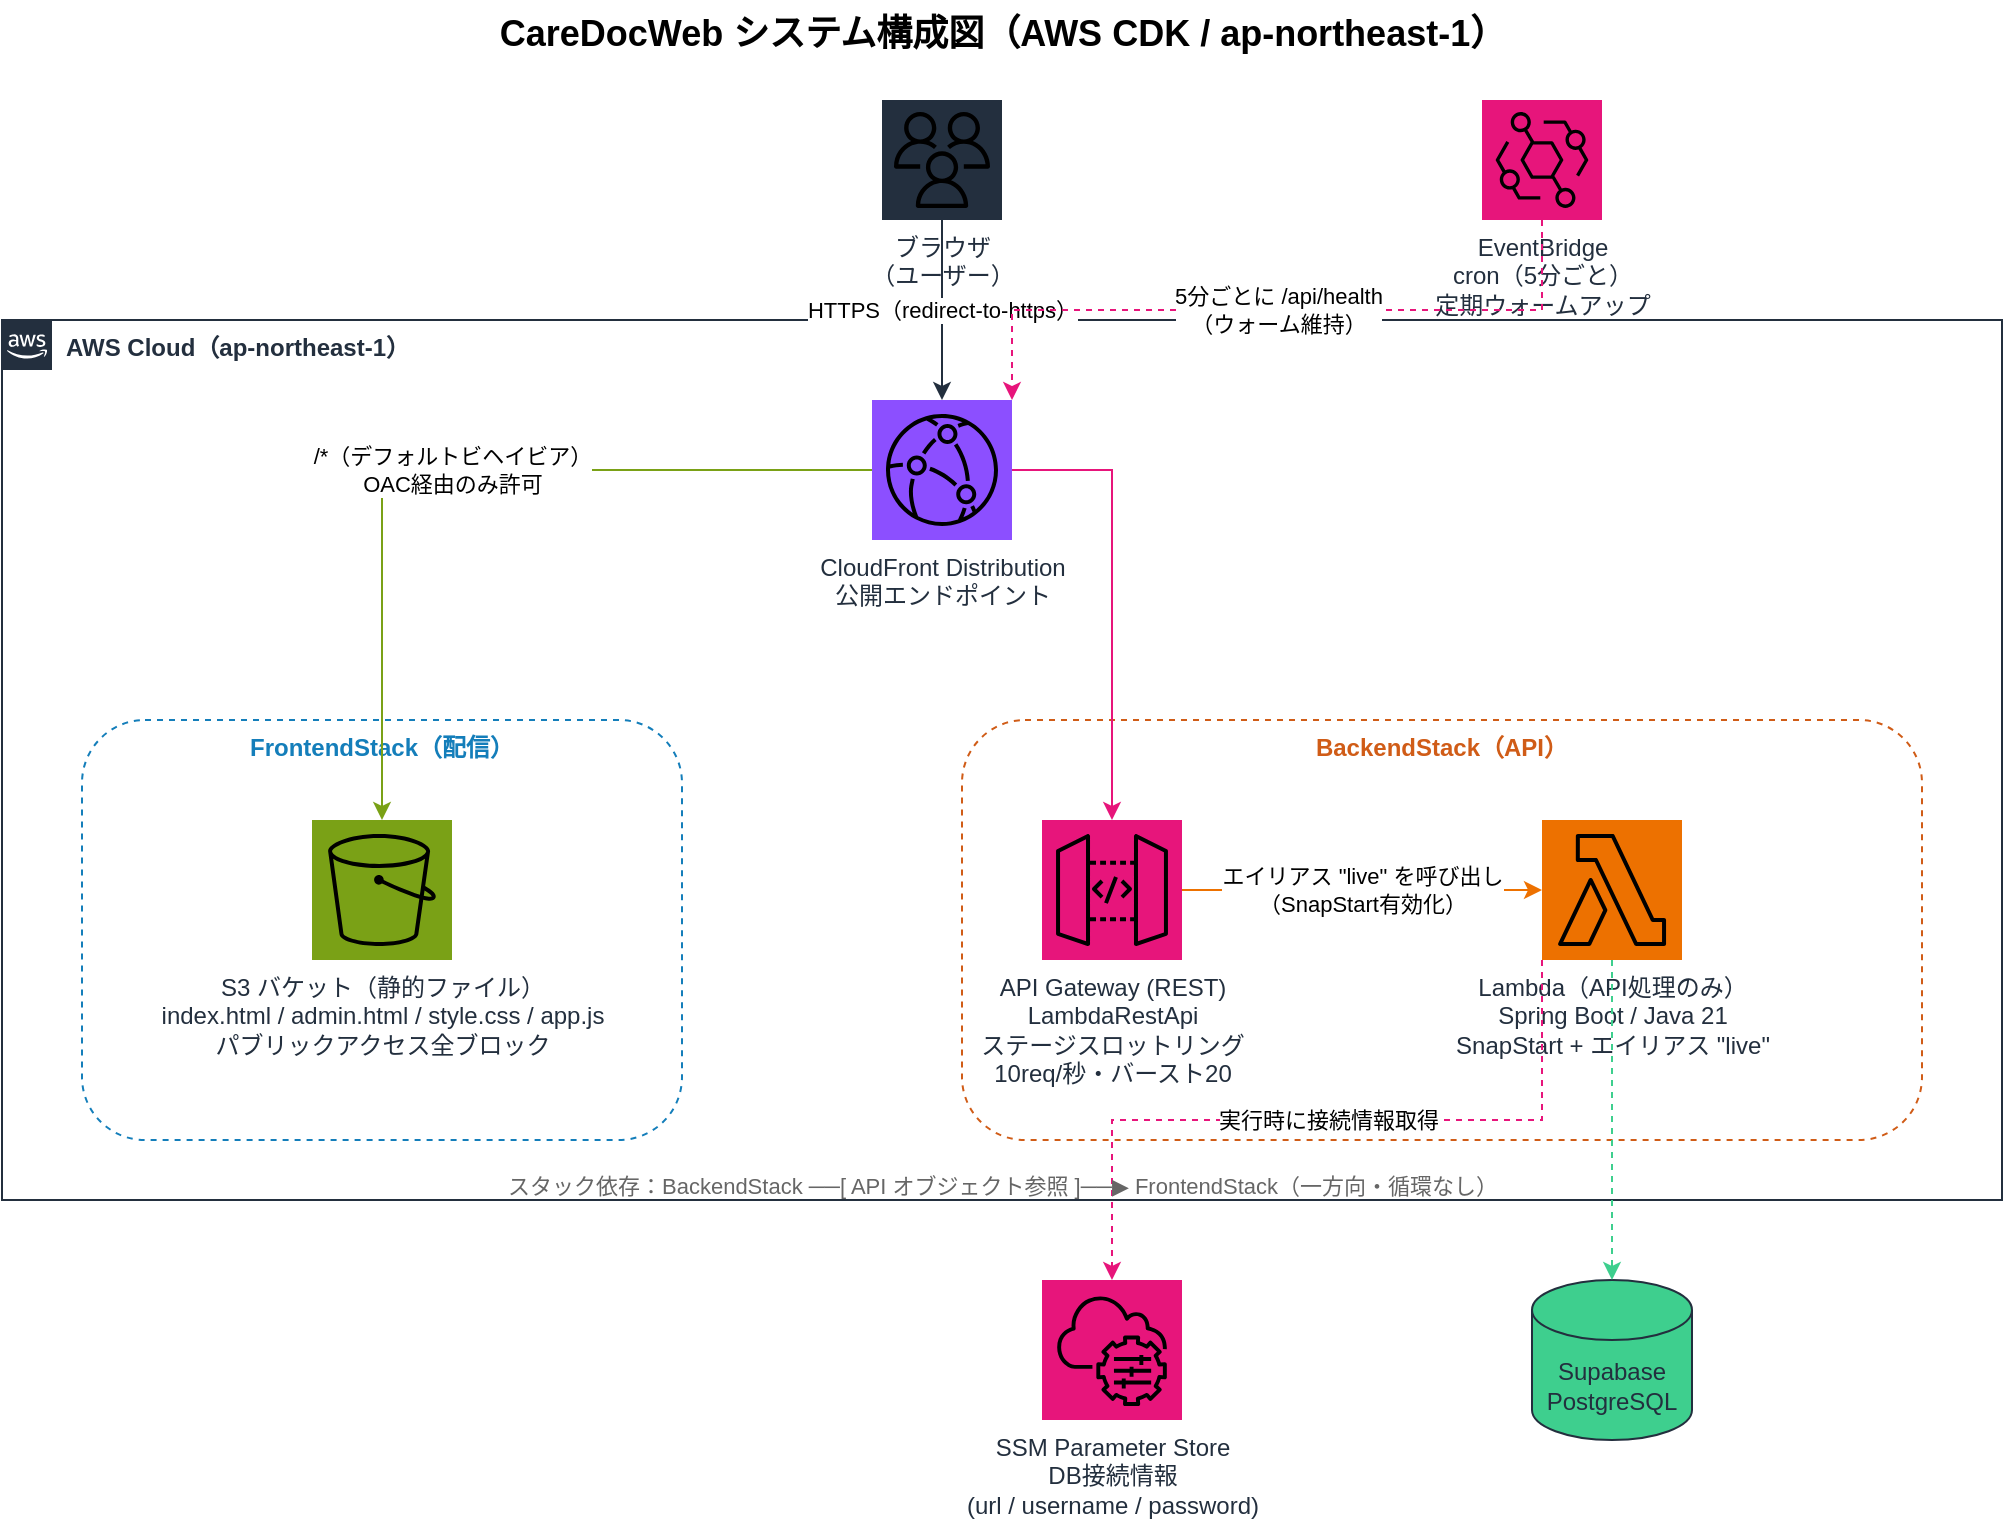
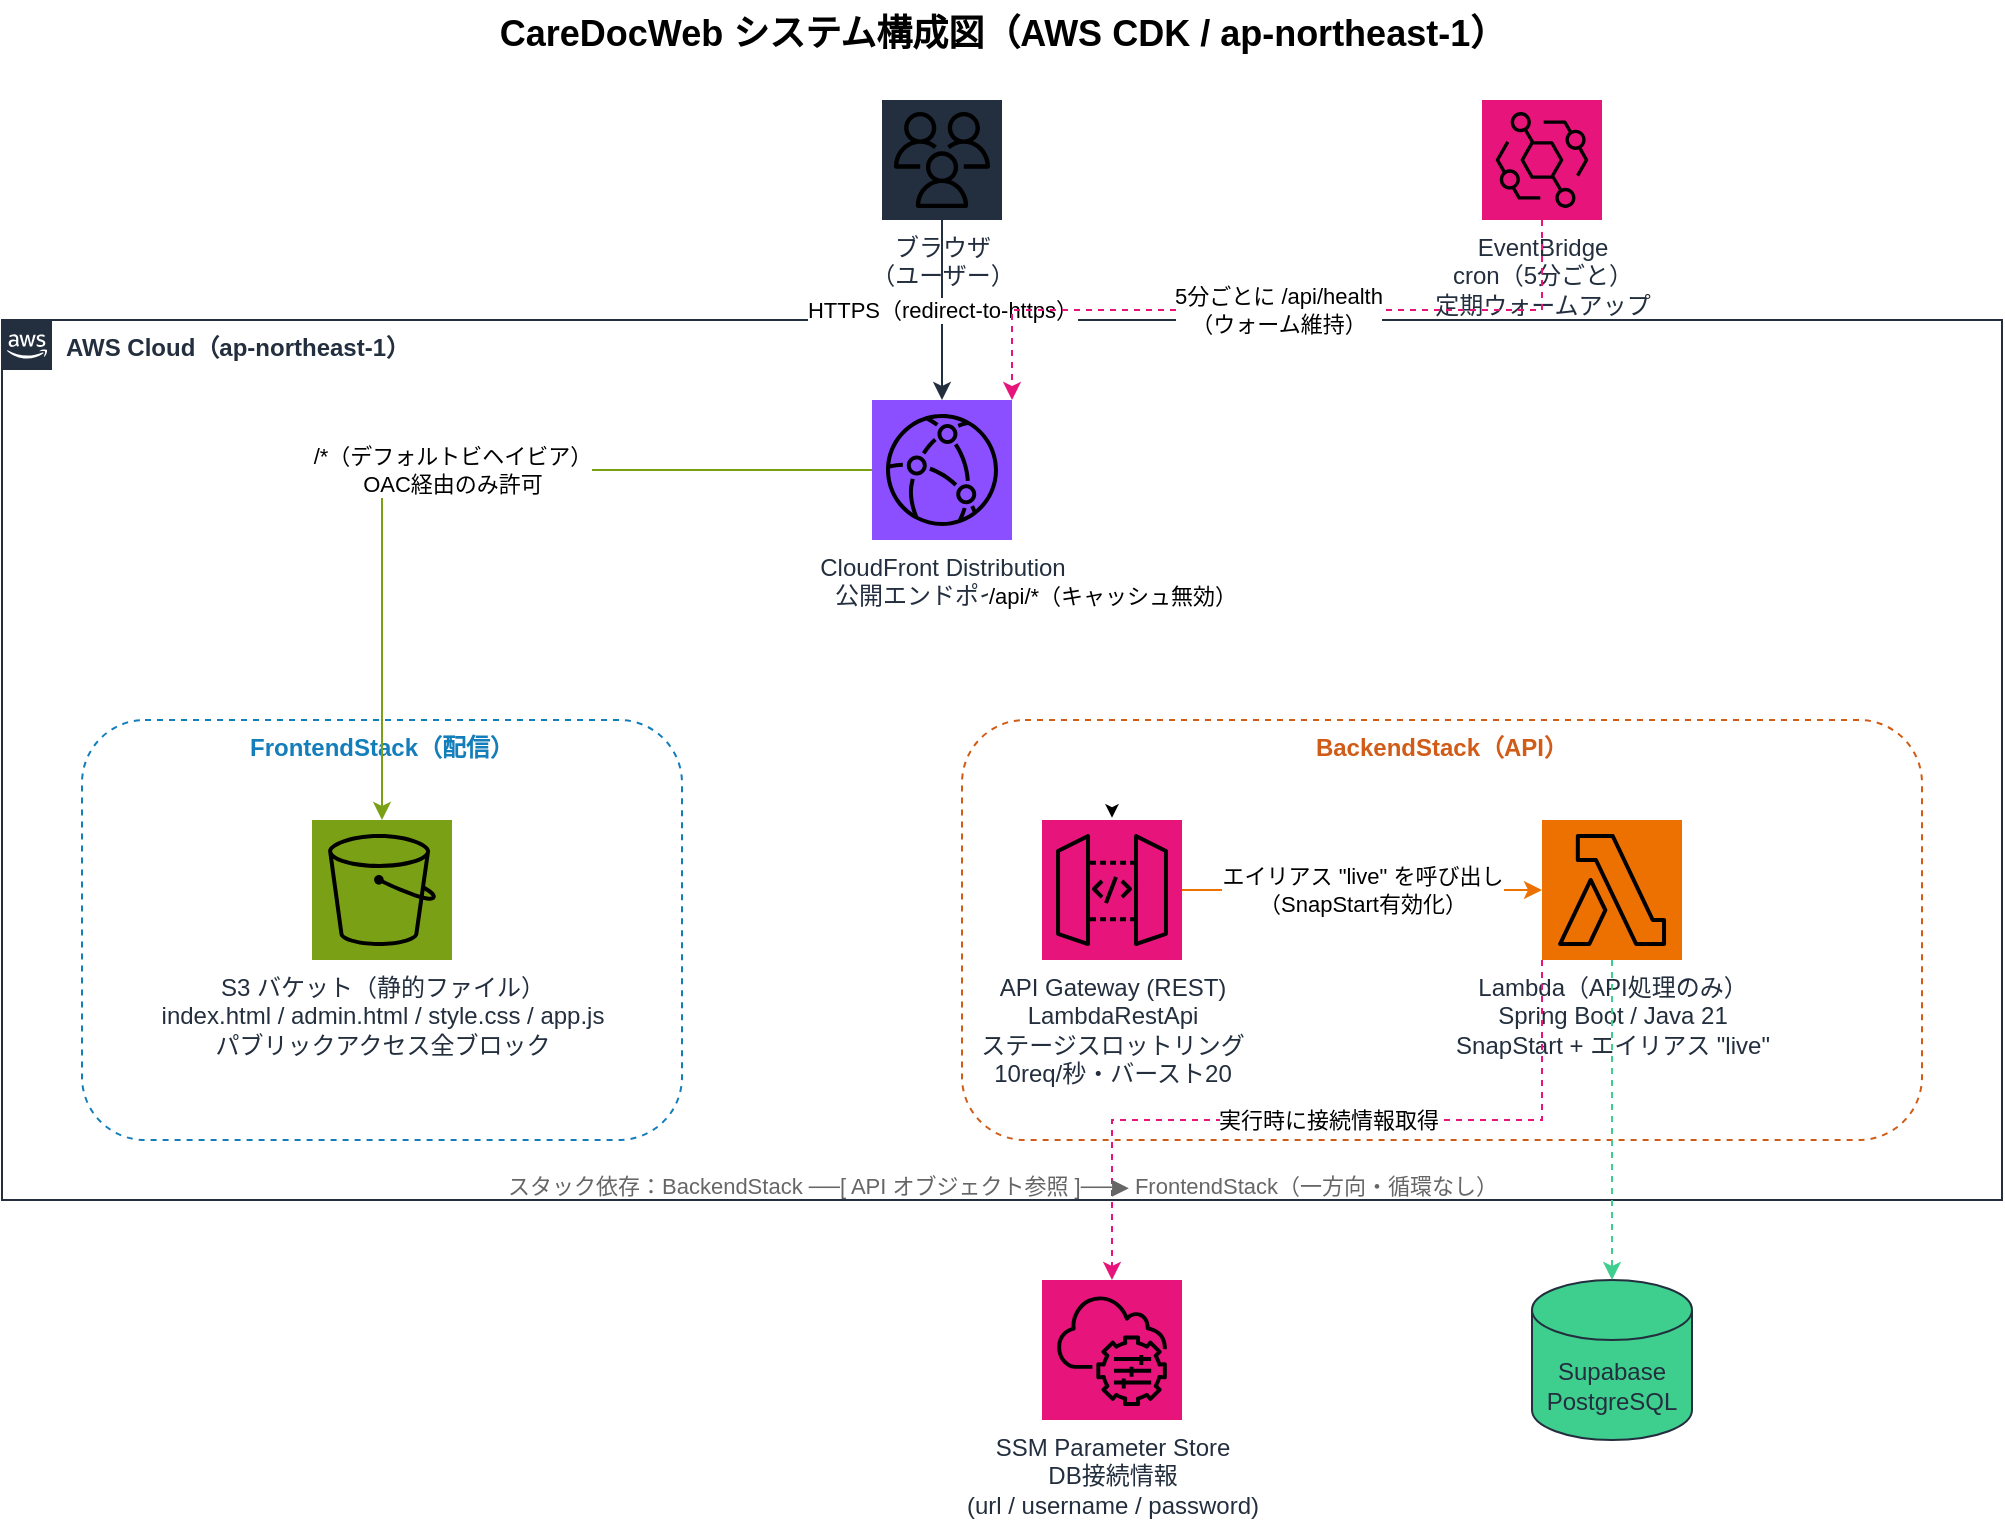
<mxfile host="app.diagrams.net">
  <diagram id="v9ZHIZujJOYHHhYRIr5n" name="CareDocWeb システム構成図">
    <mxGraphModel dx="1030" dy="687" grid="1" gridSize="10" guides="1" tooltips="1" connect="1" arrows="1" fold="1" page="1" pageScale="1" pageWidth="827" pageHeight="1169" math="0" shadow="0">
      <root>
        <mxCell id="0" />
        <mxCell id="1" parent="0" />
        <mxCell id="yyhGtK5sCjrV0Rg-nRSX-1" parent="1" style="text;html=1;fontSize=18;fontStyle=1;align=center;" value="CareDocWeb システム構成図（AWS CDK / ap-northeast-1）" vertex="1">
          <mxGeometry height="30" width="600" x="280" y="20" as="geometry" />
        </mxCell>
        <mxCell id="yyhGtK5sCjrV0Rg-nRSX-2" parent="1" style="shape=mxgraph.aws4.resourceIcon;resIcon=mxgraph.aws4.users;html=1;fillColor=#232F3E;fontColor=#232F3E;verticalLabelPosition=bottom;verticalAlign=top;align=center;" value="ブラウザ&#xa;（ユーザー）" vertex="1">
          <mxGeometry height="60" width="60" x="520" y="70" as="geometry" />
        </mxCell>
        <mxCell id="yyhGtK5sCjrV0Rg-nRSX-3" parent="1" style="shape=mxgraph.aws4.resourceIcon;resIcon=mxgraph.aws4.eventbridge;html=1;fillColor=#E7157B;fontColor=#232F3E;verticalLabelPosition=bottom;verticalAlign=top;align=center;" value="EventBridge&#xa;cron（5分ごと）&#xa;定期ウォームアップ" vertex="1">
          <mxGeometry height="60" width="60" x="820" y="70" as="geometry" />
        </mxCell>
        <mxCell id="yyhGtK5sCjrV0Rg-nRSX-4" parent="1" style="points=[[0,0],[0.25,0],[0.5,0],[0.75,0],[1,0],[1,0.25],[1,0.5],[1,0.75],[1,1],[0.75,1],[0.5,1],[0.25,1],[0,1],[0,0.75],[0,0.5],[0,0.25]];outlineConnect=0;gradientColor=none;html=1;whiteSpace=wrap;fontSize=12;fontStyle=1;container=0;pointerEvents=0;collapsible=0;recursiveResize=0;shape=mxgraph.aws4.group;grIcon=mxgraph.aws4.group_aws_cloud_alt;strokeColor=#232F3E;fillColor=none;verticalAlign=top;align=left;spacingLeft=30;fontColor=#232F3E;dashed=0;" value="AWS Cloud（ap-northeast-1）" vertex="1">
          <mxGeometry height="440" width="1000" x="80" y="180" as="geometry" />
        </mxCell>
        <mxCell id="yyhGtK5sCjrV0Rg-nRSX-5" parent="1" style="shape=mxgraph.aws4.resourceIcon;resIcon=mxgraph.aws4.cloudfront;html=1;fillColor=#8C4FFF;fontColor=#232F3E;verticalLabelPosition=bottom;verticalAlign=top;align=center;" value="CloudFront Distribution&lt;div&gt;公開エンドポイント&lt;div&gt;&lt;br&gt;&lt;/div&gt;&lt;/div&gt;" vertex="1">
          <mxGeometry height="70" width="70" x="515" y="220" as="geometry" />
        </mxCell>
        <mxCell id="yyhGtK5sCjrV0Rg-nRSX-6" parent="1" style="rounded=1;whiteSpace=wrap;html=1;fillColor=none;strokeColor=#147EBA;dashed=1;verticalAlign=top;fontStyle=1;fontColor=#147EBA;fontSize=12;" value="FrontendStack（配信）" vertex="1">
          <mxGeometry height="210" width="300" x="120" y="380" as="geometry" />
        </mxCell>
        <mxCell id="yyhGtK5sCjrV0Rg-nRSX-7" parent="1" style="shape=mxgraph.aws4.resourceIcon;resIcon=mxgraph.aws4.s3;html=1;fillColor=#7AA116;fontColor=#232F3E;verticalLabelPosition=bottom;verticalAlign=top;align=center;" value="S3 バケット（静的ファイル）&#xa;index.html / admin.html / style.css / app.js&#xa;パブリックアクセス全ブロック" vertex="1">
          <mxGeometry height="70" width="70" x="235" y="430" as="geometry" />
        </mxCell>
        <mxCell id="yyhGtK5sCjrV0Rg-nRSX-8" parent="1" style="rounded=1;whiteSpace=wrap;html=1;fillColor=none;strokeColor=#D05C17;dashed=1;verticalAlign=top;fontStyle=1;fontColor=#D05C17;fontSize=12;" value="BackendStack（API）" vertex="1">
          <mxGeometry height="210" width="480" x="560" y="380" as="geometry" />
        </mxCell>
        <mxCell id="yyhGtK5sCjrV0Rg-nRSX-9" parent="1" style="shape=mxgraph.aws4.resourceIcon;resIcon=mxgraph.aws4.api_gateway;html=1;fillColor=#E7157B;fontColor=#232F3E;verticalLabelPosition=bottom;verticalAlign=top;align=center;" value="API Gateway (REST)&lt;br&gt;LambdaRestApi&lt;br&gt;ステージスロットリング&lt;br&gt;10req/秒・バースト20&lt;div&gt;&lt;br/&gt;&lt;/div&gt;" vertex="1">
          <mxGeometry height="70" width="70" x="600" y="430" as="geometry" />
        </mxCell>
        <mxCell id="yyhGtK5sCjrV0Rg-nRSX-10" parent="1" style="shape=mxgraph.aws4.resourceIcon;resIcon=mxgraph.aws4.lambda;html=1;fillColor=#ED7100;fontColor=#232F3E;verticalLabelPosition=bottom;verticalAlign=top;align=center;" value="Lambda（API処理のみ）&lt;br&gt;Spring Boot / Java 21&lt;br&gt;SnapStart + エイリアス &quot;live&quot;&lt;div&gt;&lt;br/&gt;&lt;/div&gt;" vertex="1">
          <mxGeometry height="70" width="70" x="850" y="430" as="geometry" />
        </mxCell>
        <mxCell id="yyhGtK5sCjrV0Rg-nRSX-11" parent="1" style="shape=mxgraph.aws4.resourceIcon;resIcon=mxgraph.aws4.systems_manager;html=1;fillColor=#E7157B;fontColor=#232F3E;verticalLabelPosition=bottom;verticalAlign=top;align=center;" value="SSM Parameter Store&#xa;DB接続情報&#xa;(url / username / password)" vertex="1">
          <mxGeometry height="70" width="70" x="600" y="660" as="geometry" />
        </mxCell>
        <mxCell id="yyhGtK5sCjrV0Rg-nRSX-12" parent="1" style="shape=cylinder3;whiteSpace=wrap;html=1;boundedLbl=1;backgroundOutline=1;size=15;fillColor=#3ECF8E;strokeColor=#232F3E;fontColor=#232F3E;verticalAlign=middle;" value="Supabase&#xa;PostgreSQL" vertex="1">
          <mxGeometry height="80" width="80" x="845" y="660" as="geometry" />
        </mxCell>
        <mxCell id="yyhGtK5sCjrV0Rg-nRSX-13" edge="1" parent="1" source="yyhGtK5sCjrV0Rg-nRSX-2" style="edgeStyle=orthogonalEdgeStyle;rounded=0;html=1;strokeColor=#232F3E;fontSize=11;" target="yyhGtK5sCjrV0Rg-nRSX-5" value="HTTPS（redirect-to-https）">
          <mxGeometry relative="1" as="geometry" />
        </mxCell>
        <mxCell id="yyhGtK5sCjrV0Rg-nRSX-14" edge="1" parent="1" source="yyhGtK5sCjrV0Rg-nRSX-5" style="edgeStyle=orthogonalEdgeStyle;rounded=0;html=1;strokeColor=#7AA116;fontSize=11;exitX=0;exitY=0.5;entryX=0.5;entryY=0;" target="yyhGtK5sCjrV0Rg-nRSX-7" value="/*（デフォルトビヘイビア）&#xa;OAC経由のみ許可">
          <mxGeometry relative="1" as="geometry" />
        </mxCell>
-         <mxCell id="yyhGtK5sCjrV0Rg-nRSX-15" edge="1" parent="1" source="yyhGtK5sCjrV0Rg-nRSX-5" style="edgeStyle=orthogonalEdgeStyle;rounded=0;html=1;strokeColor=#E7157B;fontSize=11;exitX=1;exitY=0.5;entryX=0.5;entryY=0;" target="yyhGtK5sCjrV0Rg-nRSX-9" value="&lt;br&gt;&lt;div&gt;&lt;br&gt;&lt;/div&gt;">
+         <mxCell id="yyhGtK5sCjrV0Rg-nRSX-15" edge="1" parent="1" source="yyhGtK5sCjrV0Rg-nRSX-5" style="edgeStyle=orthogonalEdgeStyle;rounded=0;html=1;strokeColor=`#E7157B`;fontSize=11;exitX=1;exitY=0.5;entryX=0.5;entryY=0;" target="yyhGtK5sCjrV0Rg-nRSX-9" value="/api/*（キャッシュ無効）">
          <mxGeometry relative="1" as="geometry" />
        </mxCell>
        <mxCell id="yyhGtK5sCjrV0Rg-nRSX-16" edge="1" parent="1" source="yyhGtK5sCjrV0Rg-nRSX-9" style="edgeStyle=orthogonalEdgeStyle;rounded=0;html=1;strokeColor=#ED7100;fontSize=11;" target="yyhGtK5sCjrV0Rg-nRSX-10" value="エイリアス &quot;live&quot; を呼び出し&#xa;（SnapStart有効化）">
          <mxGeometry relative="1" as="geometry" />
        </mxCell>
        <mxCell id="yyhGtK5sCjrV0Rg-nRSX-17" edge="1" parent="1" source="yyhGtK5sCjrV0Rg-nRSX-10" style="edgeStyle=orthogonalEdgeStyle;rounded=0;html=1;strokeColor=#3ECF8E;fontSize=11;exitX=0.5;exitY=1;entryX=0.5;entryY=0;dashed=1;" target="yyhGtK5sCjrV0Rg-nRSX-12" value="">
          <mxGeometry relative="1" as="geometry">
            <Array as="points">
              <mxPoint x="885" y="655" />
            </Array>
          </mxGeometry>
        </mxCell>
        <mxCell id="yyhGtK5sCjrV0Rg-nRSX-18" edge="1" parent="1" source="yyhGtK5sCjrV0Rg-nRSX-10" style="edgeStyle=orthogonalEdgeStyle;rounded=0;html=1;strokeColor=#E7157B;fontSize=11;exitX=0;exitY=1;entryX=0.5;entryY=0;dashed=1;" target="yyhGtK5sCjrV0Rg-nRSX-11" value="実行時に接続情報取得">
          <mxGeometry relative="1" as="geometry" />
        </mxCell>
        <mxCell id="yyhGtK5sCjrV0Rg-nRSX-19" edge="1" parent="1" source="yyhGtK5sCjrV0Rg-nRSX-3" style="edgeStyle=orthogonalEdgeStyle;rounded=0;html=1;strokeColor=#E7157B;dashed=1;fontSize=11;exitX=0.5;exitY=1;entryX=1;entryY=0;" target="yyhGtK5sCjrV0Rg-nRSX-5" value="5分ごとに /api/health&#xa;（ウォーム維持）">
          <mxGeometry relative="1" as="geometry" />
        </mxCell>
        <mxCell id="yyhGtK5sCjrV0Rg-nRSX-20" parent="1" style="text;html=1;fontSize=11;fontColor=#666666;align=center;" value="スタック依存：BackendStack ──[ API オブジェクト参照 ]──▶ FrontendStack（一方向・循環なし）" vertex="1">
          <mxGeometry height="20" width="600" x="280" y="600" as="geometry" />
        </mxCell>
      </root>
    </mxGraphModel>
  </diagram>
</mxfile>
